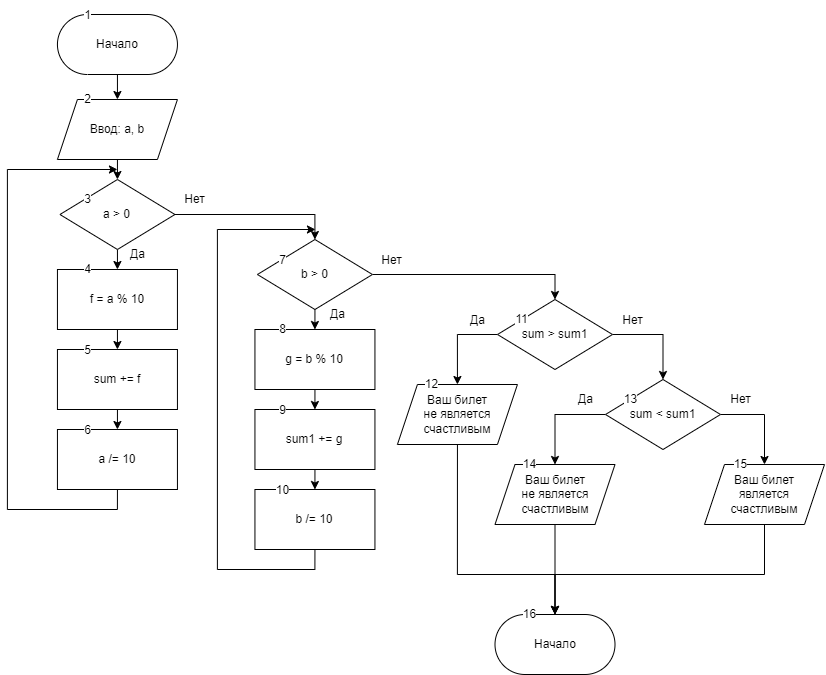
This is pr5/pr5.png from DeFis33/pr, a draw.io export, as it was before one commit. Source tidied: cells renumbered, new cells last; positions are measured from the earlier drawing's top-left corner, leaving out a move shared by most shapes.
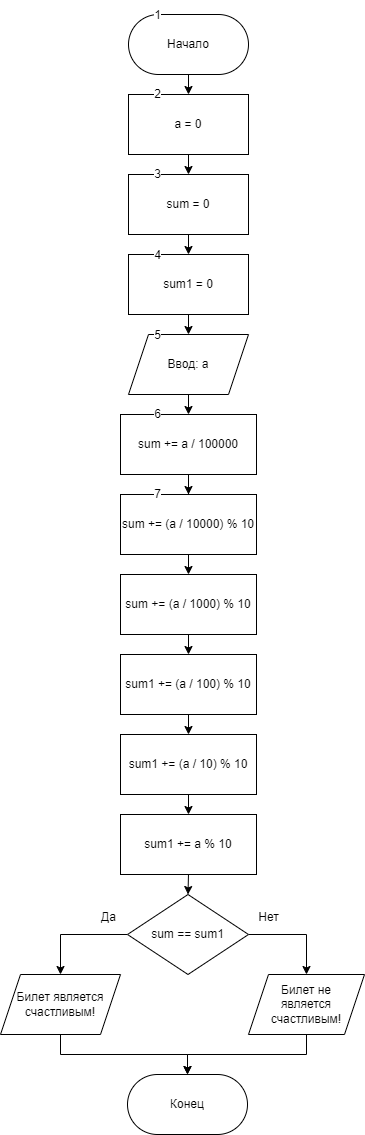
After the change.

The edit, as a diff of the source:
```diff
@@ -2,206 +2,122 @@
   <root>
     <mxCell id="0" />
     <mxCell id="1" parent="0" />
-    <mxCell id="2" style="edgeStyle=orthogonalEdgeStyle;rounded=0;jettySize=auto;html=1;exitX=0.5;exitY=1;exitDx=0;exitDy=0;entryX=0.5;entryY=0;entryDx=0;entryDy=0;" parent="1" edge="1" source="3" target="6">
-      <mxGeometry relative="1" as="geometry" />
-    </mxCell>
-    <mxCell id="3" value="Начало" style="rounded=1;whiteSpace=wrap;html=1;arcSize=50;" parent="1" vertex="1">
-      <mxGeometry x="49.9" y="14" width="120" height="60" as="geometry" />
-    </mxCell>
+    <mxCell id="61" style="edgeStyle=orthogonalEdgeStyle;rounded=0;jettySize=auto;html=1;exitX=0.5;exitY=1;exitDx=0;exitDy=0;entryX=0.5;entryY=0;entryDx=0;entryDy=0;" parent="1" edge="1" source="62" target="80">
+      <mxGeometry relative="1" as="geometry" />
+    </mxCell>
+    <mxCell id="62" value="Начало" style="rounded=1;whiteSpace=wrap;html=1;arcSize=50;" parent="1" vertex="1">
+      <mxGeometry x="344" y="4" width="120" height="60" as="geometry" />
+    </mxCell>
     <mxCell id="4" value="1" style="text;html=1;align=center;verticalAlign=middle;strokeColor=none;fillColor=none;labelBackgroundColor=default;" parent="1" vertex="1">
-      <mxGeometry x="64.9" width="30" height="30" as="geometry" />
+      <mxGeometry x="358" y="-10" width="30" height="30" as="geometry" />
     </mxCell>
-    <mxCell id="5" style="edgeStyle=orthogonalEdgeStyle;rounded=0;jettySize=auto;html=1;exitX=0.5;exitY=1;exitDx=0;exitDy=0;entryX=0.5;entryY=0;entryDx=0;entryDy=0;" parent="1" edge="1" source="6" target="10">
-      <mxGeometry relative="1" as="geometry" />
-    </mxCell>
-    <mxCell id="6" value="Ввод: a, b" style="shape=parallelogram;perimeter=parallelogramPerimeter;whiteSpace=wrap;html=1;fixedSize=1;" parent="1" vertex="1">
-      <mxGeometry x="49.9" y="99" width="120" height="60" as="geometry" />
-    </mxCell>
+    <mxCell id="63" style="edgeStyle=orthogonalEdgeStyle;rounded=0;jettySize=auto;html=1;exitX=0.5;exitY=1;exitDx=0;exitDy=0;" parent="1" edge="1" source="64" target="66">
+      <mxGeometry relative="1" as="geometry" />
+    </mxCell>
+    <mxCell id="64" value="sum += a / 100000" style="whiteSpace=wrap;html=1;" parent="1" vertex="1">
+      <mxGeometry x="336" y="404" width="136" height="60" as="geometry" />
+    </mxCell>
+    <mxCell id="65" style="edgeStyle=orthogonalEdgeStyle;rounded=0;jettySize=auto;html=1;exitX=0.5;exitY=1;exitDx=0;exitDy=0;entryX=0.5;entryY=0;entryDx=0;entryDy=0;" parent="1" edge="1" source="66" target="68">
+      <mxGeometry relative="1" as="geometry" />
+    </mxCell>
+    <mxCell id="66" value="sum += (a / 10000) % 10" style="whiteSpace=wrap;html=1;" parent="1" vertex="1">
+      <mxGeometry x="336" y="484" width="136" height="60" as="geometry" />
+    </mxCell>
+    <mxCell id="67" style="edgeStyle=orthogonalEdgeStyle;rounded=0;jettySize=auto;html=1;exitX=0.5;exitY=1;exitDx=0;exitDy=0;entryX=0.5;entryY=0;entryDx=0;entryDy=0;" parent="1" edge="1" source="68" target="74">
+      <mxGeometry relative="1" as="geometry" />
+    </mxCell>
+    <mxCell id="68" value="sum += (a / 1000) % 10" style="whiteSpace=wrap;html=1;" parent="1" vertex="1">
+      <mxGeometry x="336" y="564" width="136" height="60" as="geometry" />
+    </mxCell>
+    <mxCell id="69" style="edgeStyle=orthogonalEdgeStyle;rounded=0;jettySize=auto;html=1;exitX=0.5;exitY=1;exitDx=0;exitDy=0;entryX=0.5;entryY=0;entryDx=0;entryDy=0;" parent="1" edge="1" source="70" target="85">
+      <mxGeometry relative="1" as="geometry" />
+    </mxCell>
+    <mxCell id="70" value="sum1 += a % 10" style="whiteSpace=wrap;html=1;" parent="1" vertex="1">
+      <mxGeometry x="336" y="804" width="136" height="60" as="geometry" />
+    </mxCell>
+    <mxCell id="71" style="edgeStyle=orthogonalEdgeStyle;rounded=0;jettySize=auto;html=1;exitX=0.5;exitY=1;exitDx=0;exitDy=0;entryX=0.5;entryY=0;entryDx=0;entryDy=0;" parent="1" edge="1" source="72" target="70">
+      <mxGeometry relative="1" as="geometry" />
+    </mxCell>
+    <mxCell id="72" value="sum1 += (a / 10) % 10" style="whiteSpace=wrap;html=1;" parent="1" vertex="1">
+      <mxGeometry x="336" y="724" width="136" height="60" as="geometry" />
+    </mxCell>
+    <mxCell id="73" style="edgeStyle=orthogonalEdgeStyle;rounded=0;jettySize=auto;html=1;exitX=0.5;exitY=1;exitDx=0;exitDy=0;entryX=0.5;entryY=0;entryDx=0;entryDy=0;" parent="1" edge="1" source="74" target="72">
+      <mxGeometry relative="1" as="geometry" />
+    </mxCell>
+    <mxCell id="74" value="sum1 += (a / 100) % 10" style="whiteSpace=wrap;html=1;" parent="1" vertex="1">
+      <mxGeometry x="336" y="644" width="136" height="60" as="geometry" />
+    </mxCell>
+    <mxCell id="75" style="edgeStyle=orthogonalEdgeStyle;rounded=0;jettySize=auto;html=1;exitX=0.5;exitY=1;exitDx=0;exitDy=0;entryX=0.5;entryY=0;entryDx=0;entryDy=0;" parent="1" edge="1" source="76" target="78">
+      <mxGeometry relative="1" as="geometry" />
+    </mxCell>
+    <mxCell id="76" value="sum = 0" style="whiteSpace=wrap;html=1;" parent="1" vertex="1">
+      <mxGeometry x="344" y="164" width="120" height="60" as="geometry" />
+    </mxCell>
+    <mxCell id="77" style="edgeStyle=orthogonalEdgeStyle;rounded=0;jettySize=auto;html=1;exitX=0.5;exitY=1;exitDx=0;exitDy=0;entryX=0.5;entryY=0;entryDx=0;entryDy=0;" parent="1" edge="1" source="78" target="82">
+      <mxGeometry relative="1" as="geometry" />
+    </mxCell>
+    <mxCell id="78" value="sum1 = 0" style="whiteSpace=wrap;html=1;" parent="1" vertex="1">
+      <mxGeometry x="344" y="244" width="120" height="60" as="geometry" />
+    </mxCell>
+    <mxCell id="79" style="edgeStyle=orthogonalEdgeStyle;rounded=0;jettySize=auto;html=1;exitX=0.5;exitY=1;exitDx=0;exitDy=0;entryX=0.5;entryY=0;entryDx=0;entryDy=0;" parent="1" edge="1" source="80" target="76">
+      <mxGeometry relative="1" as="geometry" />
+    </mxCell>
+    <mxCell id="80" value="a = 0" style="whiteSpace=wrap;html=1;" parent="1" vertex="1">
+      <mxGeometry x="344" y="84" width="120" height="60" as="geometry" />
+    </mxCell>
+    <mxCell id="81" style="edgeStyle=orthogonalEdgeStyle;rounded=0;jettySize=auto;html=1;exitX=0.5;exitY=1;exitDx=0;exitDy=0;entryX=0.5;entryY=0;entryDx=0;entryDy=0;" parent="1" edge="1" source="82" target="64">
+      <mxGeometry relative="1" as="geometry" />
+    </mxCell>
+    <mxCell id="82" value="Ввод: a" style="shape=parallelogram;perimeter=parallelogramPerimeter;whiteSpace=wrap;html=1;fixedSize=1;" parent="1" vertex="1">
+      <mxGeometry x="344" y="324" width="120" height="60" as="geometry" />
+    </mxCell>
+    <mxCell id="83" style="edgeStyle=orthogonalEdgeStyle;rounded=0;jettySize=auto;html=1;exitX=0;exitY=0.5;exitDx=0;exitDy=0;entryX=0.5;entryY=0;entryDx=0;entryDy=0;" parent="1" edge="1" source="85" target="87">
+      <mxGeometry relative="1" as="geometry" />
+    </mxCell>
+    <mxCell id="84" style="edgeStyle=orthogonalEdgeStyle;rounded=0;jettySize=auto;html=1;exitX=1;exitY=0.5;exitDx=0;exitDy=0;entryX=0.5;entryY=0;entryDx=0;entryDy=0;" parent="1" edge="1" source="85" target="89">
+      <mxGeometry relative="1" as="geometry" />
+    </mxCell>
+    <mxCell id="85" value="sum == sum1" style="rhombus;whiteSpace=wrap;html=1;" parent="1" vertex="1">
+      <mxGeometry x="343" y="884" width="121" height="80" as="geometry" />
+    </mxCell>
+    <mxCell id="86" style="edgeStyle=orthogonalEdgeStyle;rounded=0;jettySize=auto;html=1;exitX=0.5;exitY=1;exitDx=0;exitDy=0;entryX=0.5;entryY=0;entryDx=0;entryDy=0;" parent="1" edge="1" source="87" target="92">
+      <mxGeometry relative="1" as="geometry" />
+    </mxCell>
+    <mxCell id="87" value="Билет является счастливым!" style="shape=parallelogram;perimeter=parallelogramPerimeter;whiteSpace=wrap;html=1;fixedSize=1;" parent="1" vertex="1">
+      <mxGeometry x="216" y="964" width="120" height="60" as="geometry" />
+    </mxCell>
+    <mxCell id="88" style="edgeStyle=orthogonalEdgeStyle;rounded=0;jettySize=auto;html=1;exitX=0.5;exitY=1;exitDx=0;exitDy=0;entryX=0.5;entryY=0;entryDx=0;entryDy=0;" parent="1" edge="1" source="89" target="92">
+      <mxGeometry relative="1" as="geometry" />
+    </mxCell>
+    <mxCell id="89" value="Билет не &lt;br&gt;является счастливым!" style="shape=parallelogram;perimeter=parallelogramPerimeter;whiteSpace=wrap;html=1;fixedSize=1;" parent="1" vertex="1">
+      <mxGeometry x="464" y="964" width="116" height="60" as="geometry" />
+    </mxCell>
+    <mxCell id="90" value="Да" style="text;html=1;align=center;verticalAlign=middle;strokeColor=none;fillColor=none;" parent="1" vertex="1">
+      <mxGeometry x="304" y="892" width="40" height="30" as="geometry" />
+    </mxCell>
+    <mxCell id="91" value="Нет" style="text;html=1;align=center;verticalAlign=middle;strokeColor=none;fillColor=none;" parent="1" vertex="1">
+      <mxGeometry x="464" y="892" width="40" height="30" as="geometry" />
+    </mxCell>
+    <mxCell id="92" value="Конец" style="rounded=1;whiteSpace=wrap;html=1;arcSize=50;" parent="1" vertex="1">
+      <mxGeometry x="343" y="1064" width="120" height="60" as="geometry" />
+    </mxCell>
     <mxCell id="7" value="2" style="text;html=1;align=center;verticalAlign=middle;strokeColor=none;fillColor=none;labelBackgroundColor=default;" parent="1" vertex="1">
-      <mxGeometry x="64.9" y="84" width="30" height="30" as="geometry" />
+      <mxGeometry x="358" y="69" width="30" height="30" as="geometry" />
     </mxCell>
-    <mxCell id="8" style="edgeStyle=orthogonalEdgeStyle;rounded=0;jettySize=auto;html=1;exitX=0.5;exitY=1;exitDx=0;exitDy=0;entryX=0.5;entryY=0;entryDx=0;entryDy=0;" parent="1" edge="1" source="10" target="12">
-      <mxGeometry relative="1" as="geometry" />
-    </mxCell>
-    <mxCell id="9" style="edgeStyle=orthogonalEdgeStyle;rounded=0;jettySize=auto;html=1;exitX=1;exitY=0.5;exitDx=0;exitDy=0;entryX=0.5;entryY=0;entryDx=0;entryDy=0;" parent="1" edge="1" source="10" target="21">
-      <mxGeometry relative="1" as="geometry" />
-    </mxCell>
-    <mxCell id="10" value="a &amp;gt; 0" style="rhombus;whiteSpace=wrap;html=1;" parent="1" vertex="1">
-      <mxGeometry x="52.4" y="179" width="115" height="70" as="geometry" />
-    </mxCell>
-    <mxCell id="11" style="edgeStyle=orthogonalEdgeStyle;rounded=0;jettySize=auto;html=1;exitX=0.5;exitY=1;exitDx=0;exitDy=0;entryX=0.5;entryY=0;entryDx=0;entryDy=0;" parent="1" edge="1" source="12" target="14">
-      <mxGeometry relative="1" as="geometry" />
-    </mxCell>
-    <mxCell id="12" value="f = a % 10" style="rounded=0;whiteSpace=wrap;html=1;" parent="1" vertex="1">
-      <mxGeometry x="49.9" y="269" width="120" height="60" as="geometry" />
-    </mxCell>
-    <mxCell id="13" style="edgeStyle=orthogonalEdgeStyle;rounded=0;jettySize=auto;html=1;exitX=0.5;exitY=1;exitDx=0;exitDy=0;entryX=0.5;entryY=0;entryDx=0;entryDy=0;" parent="1" edge="1" source="14" target="16">
-      <mxGeometry relative="1" as="geometry" />
-    </mxCell>
-    <mxCell id="14" value="sum += f" style="rounded=0;whiteSpace=wrap;html=1;" parent="1" vertex="1">
-      <mxGeometry x="49.9" y="349" width="120" height="60" as="geometry" />
-    </mxCell>
-    <mxCell id="15" style="edgeStyle=orthogonalEdgeStyle;rounded=0;jettySize=auto;html=1;exitX=0.5;exitY=1;exitDx=0;exitDy=0;" parent="1" edge="1" source="16">
-      <mxGeometry relative="1" as="geometry">
-        <mxPoint x="109.9" y="169" as="targetPoint" />
-        <Array as="points">
-          <mxPoint x="109.9" y="509" />
-          <mxPoint x="-0.1" y="509" />
-          <mxPoint x="-0.1" y="169" />
-        </Array>
-      </mxGeometry>
-    </mxCell>
-    <mxCell id="16" value="a /= 10" style="rounded=0;whiteSpace=wrap;html=1;" parent="1" vertex="1">
-      <mxGeometry x="49.9" y="429" width="120" height="60" as="geometry" />
-    </mxCell>
-    <mxCell id="17" value="Да" style="text;html=1;align=center;verticalAlign=middle;strokeColor=none;fillColor=none;" parent="1" vertex="1">
-      <mxGeometry x="109.9" y="239" width="40" height="30" as="geometry" />
-    </mxCell>
-    <mxCell id="18" value="Нет" style="text;html=1;align=center;verticalAlign=middle;strokeColor=none;fillColor=none;" parent="1" vertex="1">
-      <mxGeometry x="167.4" y="184" width="40" height="30" as="geometry" />
-    </mxCell>
-    <mxCell id="19" style="edgeStyle=orthogonalEdgeStyle;rounded=0;jettySize=auto;html=1;exitX=0.5;exitY=1;exitDx=0;exitDy=0;entryX=0.5;entryY=0;entryDx=0;entryDy=0;" parent="1" edge="1" source="21" target="23">
-      <mxGeometry relative="1" as="geometry" />
-    </mxCell>
-    <mxCell id="20" style="edgeStyle=orthogonalEdgeStyle;rounded=0;jettySize=auto;html=1;exitX=1;exitY=0.5;exitDx=0;exitDy=0;entryX=0.5;entryY=0;entryDx=0;entryDy=0;" parent="1" edge="1" source="21" target="33">
-      <mxGeometry relative="1" as="geometry" />
-    </mxCell>
-    <mxCell id="21" value="b &amp;gt; 0" style="rhombus;whiteSpace=wrap;html=1;" parent="1" vertex="1">
-      <mxGeometry x="249.9" y="239" width="115" height="70" as="geometry" />
-    </mxCell>
-    <mxCell id="22" style="edgeStyle=orthogonalEdgeStyle;rounded=0;jettySize=auto;html=1;exitX=0.5;exitY=1;exitDx=0;exitDy=0;entryX=0.5;entryY=0;entryDx=0;entryDy=0;" parent="1" edge="1" source="23" target="25">
-      <mxGeometry relative="1" as="geometry" />
-    </mxCell>
-    <mxCell id="23" value="g = b % 10" style="rounded=0;whiteSpace=wrap;html=1;" parent="1" vertex="1">
-      <mxGeometry x="247.4" y="329" width="120" height="60" as="geometry" />
-    </mxCell>
-    <mxCell id="24" style="edgeStyle=orthogonalEdgeStyle;rounded=0;jettySize=auto;html=1;exitX=0.5;exitY=1;exitDx=0;exitDy=0;entryX=0.5;entryY=0;entryDx=0;entryDy=0;" parent="1" edge="1" source="25" target="27">
-      <mxGeometry relative="1" as="geometry" />
-    </mxCell>
-    <mxCell id="25" value="sum1 += g" style="rounded=0;whiteSpace=wrap;html=1;" parent="1" vertex="1">
-      <mxGeometry x="247.4" y="409" width="120" height="60" as="geometry" />
-    </mxCell>
-    <mxCell id="26" style="edgeStyle=orthogonalEdgeStyle;rounded=0;jettySize=auto;html=1;exitX=0.5;exitY=1;exitDx=0;exitDy=0;" parent="1" edge="1" source="27">
-      <mxGeometry relative="1" as="geometry">
-        <mxPoint x="307.9" y="229" as="targetPoint" />
-        <Array as="points">
-          <mxPoint x="307.9" y="569" />
-          <mxPoint x="209.9" y="569" />
-          <mxPoint x="209.9" y="229" />
-        </Array>
-      </mxGeometry>
-    </mxCell>
-    <mxCell id="27" value="b /= 10" style="rounded=0;whiteSpace=wrap;html=1;" parent="1" vertex="1">
-      <mxGeometry x="247.4" y="489" width="120" height="60" as="geometry" />
-    </mxCell>
-    <mxCell id="28" value="Да" style="text;html=1;align=center;verticalAlign=middle;strokeColor=none;fillColor=none;" parent="1" vertex="1">
-      <mxGeometry x="309.9" y="299" width="40" height="30" as="geometry" />
-    </mxCell>
-    <mxCell id="29" value="Да" style="text;html=1;align=center;verticalAlign=middle;strokeColor=none;fillColor=none;" parent="1" vertex="1">
-      <mxGeometry x="450" y="305" width="40" height="30" as="geometry" />
-    </mxCell>
-    <mxCell id="30" value="Нет" style="text;html=1;align=center;verticalAlign=middle;strokeColor=none;fillColor=none;" parent="1" vertex="1">
-      <mxGeometry x="363.9" y="245" width="40" height="30" as="geometry" />
-    </mxCell>
-    <mxCell id="31" style="edgeStyle=orthogonalEdgeStyle;rounded=0;jettySize=auto;html=1;exitX=1;exitY=0.5;exitDx=0;exitDy=0;entryX=0.5;entryY=0;entryDx=0;entryDy=0;" parent="1" edge="1" source="33" target="38">
-      <mxGeometry relative="1" as="geometry" />
-    </mxCell>
-    <mxCell id="32" style="edgeStyle=orthogonalEdgeStyle;rounded=0;jettySize=auto;html=1;exitX=0;exitY=0.5;exitDx=0;exitDy=0;entryX=0.5;entryY=0;entryDx=0;entryDy=0;" parent="1" edge="1" source="33" target="35">
-      <mxGeometry relative="1" as="geometry" />
-    </mxCell>
-    <mxCell id="33" value="sum &amp;gt; sum1" style="rhombus;whiteSpace=wrap;html=1;" parent="1" vertex="1">
-      <mxGeometry x="490" y="299" width="115" height="70" as="geometry" />
-    </mxCell>
-    <mxCell id="34" style="edgeStyle=orthogonalEdgeStyle;rounded=0;jettySize=auto;html=1;exitX=0.5;exitY=1;exitDx=0;exitDy=0;entryX=0.5;entryY=0;entryDx=0;entryDy=0;" parent="1" edge="1" source="35" target="46">
-      <mxGeometry relative="1" as="geometry">
-        <Array as="points">
-          <mxPoint x="450" y="574" />
-          <mxPoint x="548" y="574" />
-        </Array>
-      </mxGeometry>
-    </mxCell>
-    <mxCell id="35" value="Ваш билет&lt;br&gt;не является&lt;br&gt;счастливым" style="shape=parallelogram;perimeter=parallelogramPerimeter;whiteSpace=wrap;html=1;fixedSize=1;" parent="1" vertex="1">
-      <mxGeometry x="389.9" y="384" width="120" height="60" as="geometry" />
-    </mxCell>
-    <mxCell id="36" style="edgeStyle=orthogonalEdgeStyle;rounded=0;jettySize=auto;html=1;exitX=0;exitY=0.5;exitDx=0;exitDy=0;entryX=0.5;entryY=0;entryDx=0;entryDy=0;" parent="1" edge="1" source="38" target="41">
-      <mxGeometry relative="1" as="geometry" />
-    </mxCell>
-    <mxCell id="37" style="edgeStyle=orthogonalEdgeStyle;rounded=0;jettySize=auto;html=1;exitX=1;exitY=0.5;exitDx=0;exitDy=0;entryX=0.5;entryY=0;entryDx=0;entryDy=0;" parent="1" edge="1" source="38" target="43">
-      <mxGeometry relative="1" as="geometry" />
-    </mxCell>
-    <mxCell id="38" value="sum &amp;lt; sum1" style="rhombus;whiteSpace=wrap;html=1;" parent="1" vertex="1">
-      <mxGeometry x="598" y="379" width="115" height="70" as="geometry" />
-    </mxCell>
-    <mxCell id="39" value="Нет" style="text;html=1;align=center;verticalAlign=middle;strokeColor=none;fillColor=none;" parent="1" vertex="1">
-      <mxGeometry x="605" y="305" width="40" height="30" as="geometry" />
-    </mxCell>
-    <mxCell id="40" style="edgeStyle=orthogonalEdgeStyle;rounded=0;jettySize=auto;html=1;exitX=0.5;exitY=1;exitDx=0;exitDy=0;entryX=0.5;entryY=0;entryDx=0;entryDy=0;" parent="1" edge="1" source="41" target="46">
-      <mxGeometry relative="1" as="geometry" />
-    </mxCell>
-    <mxCell id="41" value="Ваш билет&lt;br&gt;не является&lt;br&gt;счастливым" style="shape=parallelogram;perimeter=parallelogramPerimeter;whiteSpace=wrap;html=1;fixedSize=1;" parent="1" vertex="1">
-      <mxGeometry x="487.5" y="464" width="120" height="60" as="geometry" />
-    </mxCell>
-    <mxCell id="42" style="edgeStyle=orthogonalEdgeStyle;rounded=0;jettySize=auto;html=1;exitX=0.5;exitY=1;exitDx=0;exitDy=0;entryX=0.5;entryY=0;entryDx=0;entryDy=0;" parent="1" edge="1" source="43" target="46">
-      <mxGeometry relative="1" as="geometry">
-        <Array as="points">
-          <mxPoint x="757" y="574" />
-          <mxPoint x="548" y="574" />
-        </Array>
-      </mxGeometry>
-    </mxCell>
-    <mxCell id="43" value="Ваш билет&lt;br&gt;является&lt;br&gt;счастливым" style="shape=parallelogram;perimeter=parallelogramPerimeter;whiteSpace=wrap;html=1;fixedSize=1;" parent="1" vertex="1">
-      <mxGeometry x="697" y="464" width="120" height="60" as="geometry" />
-    </mxCell>
-    <mxCell id="44" value="Да" style="text;html=1;align=center;verticalAlign=middle;strokeColor=none;fillColor=none;" parent="1" vertex="1">
-      <mxGeometry x="558" y="384" width="40" height="30" as="geometry" />
-    </mxCell>
-    <mxCell id="45" value="Нет" style="text;html=1;align=center;verticalAlign=middle;strokeColor=none;fillColor=none;" parent="1" vertex="1">
-      <mxGeometry x="713" y="384" width="40" height="30" as="geometry" />
-    </mxCell>
-    <mxCell id="46" value="Начало" style="rounded=1;whiteSpace=wrap;html=1;arcSize=50;" parent="1" vertex="1">
-      <mxGeometry x="487.5" y="614" width="120" height="60" as="geometry" />
-    </mxCell>
     <mxCell id="47" value="3" style="text;html=1;align=center;verticalAlign=middle;strokeColor=none;fillColor=none;labelBackgroundColor=default;" parent="1" vertex="1">
-      <mxGeometry x="64.9" y="184" width="30" height="30" as="geometry" />
+      <mxGeometry x="358" y="149" width="30" height="30" as="geometry" />
     </mxCell>
     <mxCell id="48" value="4" style="text;html=1;align=center;verticalAlign=middle;strokeColor=none;fillColor=none;labelBackgroundColor=default;" parent="1" vertex="1">
-      <mxGeometry x="64.9" y="254" width="30" height="30" as="geometry" />
+      <mxGeometry x="358" y="230" width="30" height="30" as="geometry" />
     </mxCell>
     <mxCell id="49" value="5" style="text;html=1;align=center;verticalAlign=middle;strokeColor=none;fillColor=none;labelBackgroundColor=default;" parent="1" vertex="1">
-      <mxGeometry x="64.9" y="335" width="30" height="30" as="geometry" />
+      <mxGeometry x="358" y="310" width="30" height="30" as="geometry" />
     </mxCell>
     <mxCell id="50" value="6" style="text;html=1;align=center;verticalAlign=middle;strokeColor=none;fillColor=none;labelBackgroundColor=default;" parent="1" vertex="1">
-      <mxGeometry x="64.9" y="415" width="30" height="30" as="geometry" />
+      <mxGeometry x="358" y="389" width="30" height="30" as="geometry" />
     </mxCell>
     <mxCell id="51" value="7" style="text;html=1;align=center;verticalAlign=middle;strokeColor=none;fillColor=none;labelBackgroundColor=default;" parent="1" vertex="1">
-      <mxGeometry x="260" y="245" width="30" height="30" as="geometry" />
+      <mxGeometry x="358" y="469" width="30" height="30" as="geometry" />
     </mxCell>
-    <mxCell id="52" value="8" style="text;html=1;align=center;verticalAlign=middle;strokeColor=none;fillColor=none;labelBackgroundColor=default;" parent="1" vertex="1">
-      <mxGeometry x="260" y="314" width="30" height="30" as="geometry" />
-    </mxCell>
-    <mxCell id="53" value="9" style="text;html=1;align=center;verticalAlign=middle;strokeColor=none;fillColor=none;labelBackgroundColor=default;" parent="1" vertex="1">
-      <mxGeometry x="260" y="395" width="30" height="30" as="geometry" />
-    </mxCell>
-    <mxCell id="54" value="10" style="text;html=1;align=center;verticalAlign=middle;strokeColor=none;fillColor=none;labelBackgroundColor=default;" parent="1" vertex="1">
-      <mxGeometry x="255" y="475" width="40" height="30" as="geometry" />
-    </mxCell>
-    <mxCell id="55" value="11" style="text;html=1;align=center;verticalAlign=middle;strokeColor=none;fillColor=none;labelBackgroundColor=default;" parent="1" vertex="1">
-      <mxGeometry x="494" y="304" width="40" height="30" as="geometry" />
-    </mxCell>
-    <mxCell id="56" value="12" style="text;html=1;align=center;verticalAlign=middle;strokeColor=none;fillColor=none;labelBackgroundColor=default;" parent="1" vertex="1">
-      <mxGeometry x="403.9" y="369" width="40" height="30" as="geometry" />
-    </mxCell>
-    <mxCell id="57" value="13" style="text;html=1;align=center;verticalAlign=middle;strokeColor=none;fillColor=none;labelBackgroundColor=default;" parent="1" vertex="1">
-      <mxGeometry x="603" y="384" width="40" height="30" as="geometry" />
-    </mxCell>
-    <mxCell id="58" value="14" style="text;html=1;align=center;verticalAlign=middle;strokeColor=none;fillColor=none;labelBackgroundColor=default;" parent="1" vertex="1">
-      <mxGeometry x="502" y="449" width="40" height="30" as="geometry" />
-    </mxCell>
-    <mxCell id="59" value="15" style="text;html=1;align=center;verticalAlign=middle;strokeColor=none;fillColor=none;labelBackgroundColor=default;" parent="1" vertex="1">
-      <mxGeometry x="713" y="449" width="40" height="30" as="geometry" />
-    </mxCell>
-    <mxCell id="60" value="16" style="text;html=1;align=center;verticalAlign=middle;strokeColor=none;fillColor=none;labelBackgroundColor=default;" parent="1" vertex="1">
-      <mxGeometry x="502" y="599" width="40" height="30" as="geometry" />
-    </mxCell>
   </root>
 </mxGraphModel>
```
